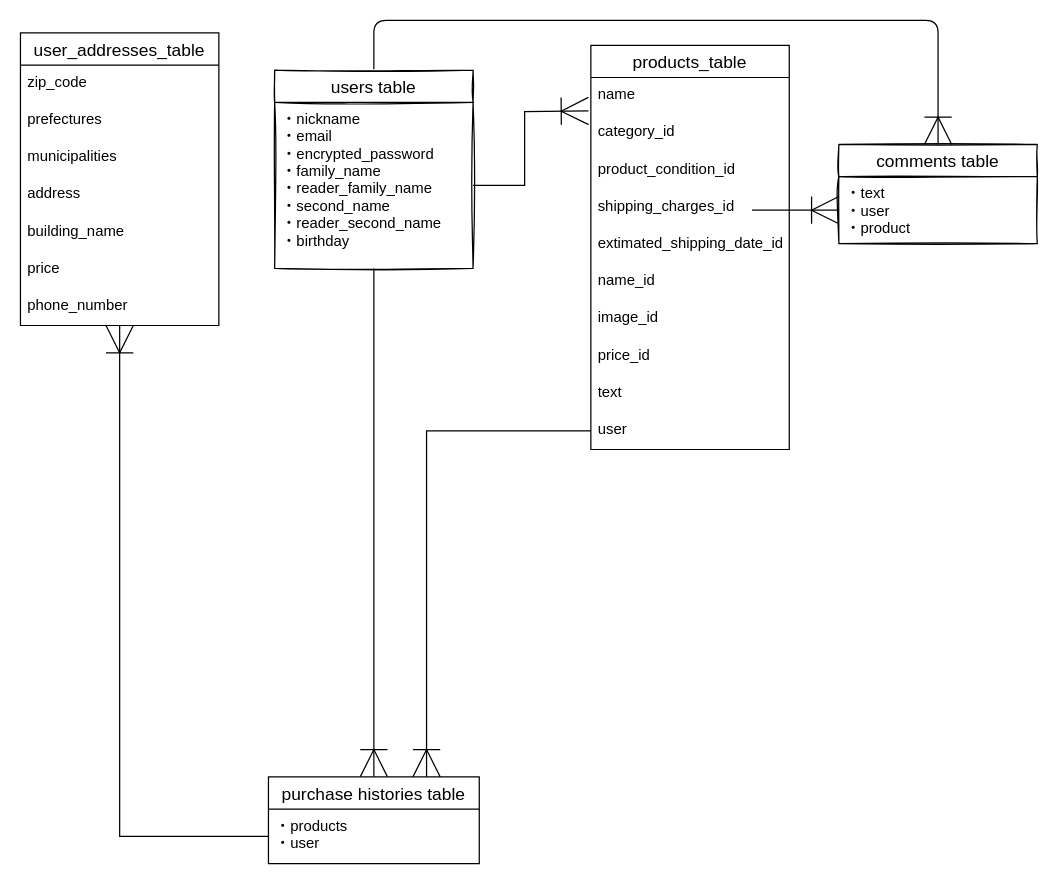
Above: furima.dio in jaxzzxaj/furima-33994 (draw.io), before the change. Source tidied: cells renumbered, new cells numbered last; positions are measured from the earlier drawing's top-left corner, leaving out a move shared by most shapes. Both pictures are drawn from the tidied source at 124%, with x=0, y=0 at pixel (20, 20).
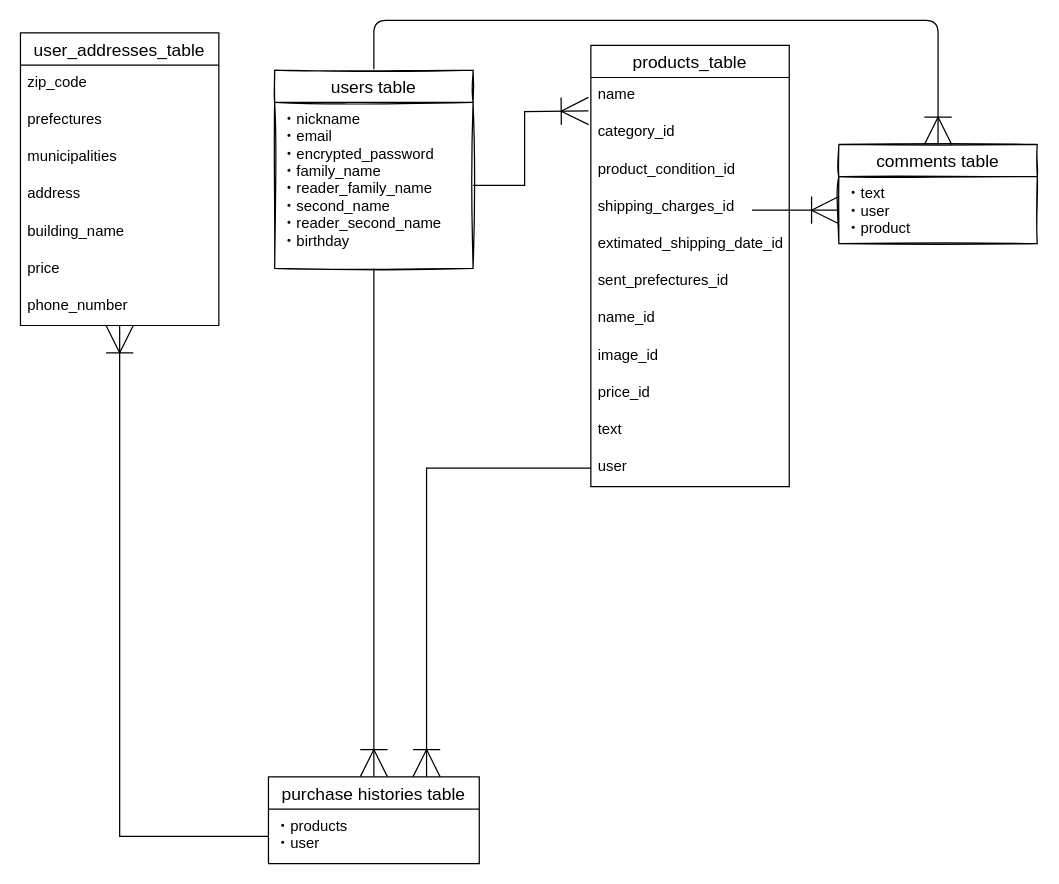
After the change.

The edit, as a diff of the source:
```diff
@@
     <mxCell id="21" value="products_table" style="swimlane;fontStyle=0;horizontal=1;startSize=26;align=center;fontSize=14;" parent="1" vertex="1">
-      <mxGeometry x="460" y="20" width="160" height="326" as="geometry" />
+      <mxGeometry x="460" y="20" width="160" height="356" as="geometry" />
     </mxCell>
@@
+    <mxCell id="33" value="sent_prefectures_id" style="text;strokeColor=none;fillColor=none;spacingLeft=4;spacingRight=4;overflow=hidden;fontSize=12;" parent="21" vertex="1">
+      <mxGeometry y="176" width="160" height="30" as="geometry" />
+    </mxCell>
     <mxCell id="27" value="name_id" style="text;strokeColor=none;fillColor=none;spacingLeft=4;spacingRight=4;overflow=hidden;fontSize=12;" parent="21" vertex="1">
-      <mxGeometry y="176" width="160" height="30" as="geometry" />
+      <mxGeometry y="206" width="160" height="30" as="geometry" />
     </mxCell>
     <mxCell id="28" value="image_id" style="text;strokeColor=none;fillColor=none;spacingLeft=4;spacingRight=4;overflow=hidden;fontSize=12;" parent="21" vertex="1">
-      <mxGeometry y="206" width="160" height="30" as="geometry" />
+      <mxGeometry y="236" width="160" height="30" as="geometry" />
     </mxCell>
     <mxCell id="29" value="price_id" style="text;strokeColor=none;fillColor=none;spacingLeft=4;spacingRight=4;overflow=hidden;fontSize=12;" parent="21" vertex="1">
-      <mxGeometry y="236" width="160" height="30" as="geometry" />
+      <mxGeometry y="266" width="160" height="30" as="geometry" />
     </mxCell>
     <mxCell id="30" value="text&#10;" style="text;strokeColor=none;fillColor=none;spacingLeft=4;spacingRight=4;overflow=hidden;fontSize=12;" parent="21" vertex="1">
-      <mxGeometry y="266" width="160" height="30" as="geometry" />
+      <mxGeometry y="296" width="160" height="30" as="geometry" />
     </mxCell>
     <mxCell id="31" value="user" style="text;strokeColor=none;fillColor=none;spacingLeft=4;spacingRight=4;overflow=hidden;points=[[0,0.5],[1,0.5]];portConstraint=eastwest;fontSize=12;" parent="21" vertex="1">
-      <mxGeometry y="296" width="160" height="30" as="geometry" />
+      <mxGeometry y="326" width="160" height="30" as="geometry" />
     </mxCell>
```
